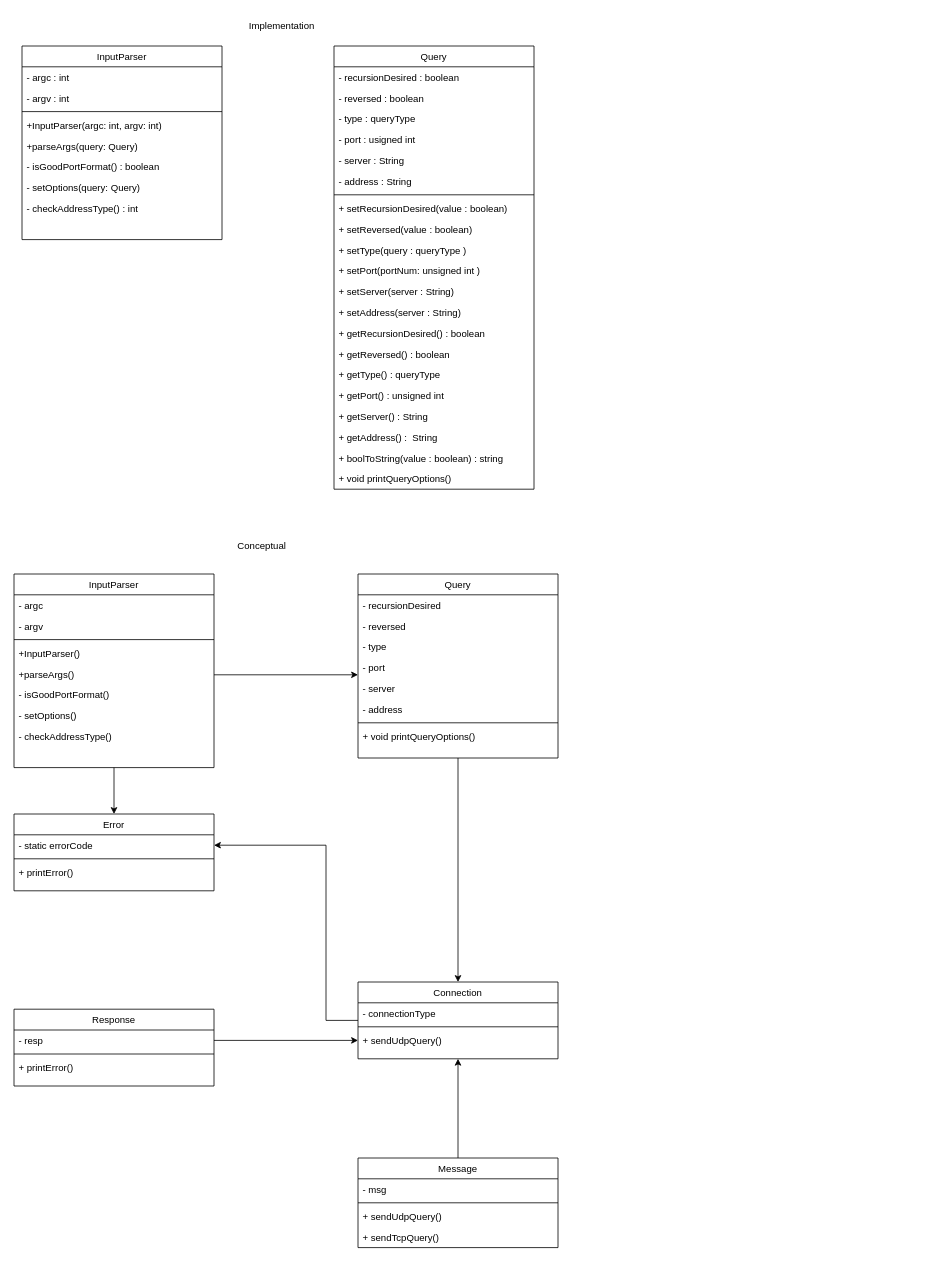
This is doc/DNS_resolver.drawio from andrewp-dot/DNS-resolver, a draw.io file, before an edit. Source tidied: cells renumbered, new cells numbered last; positions are measured from the earlier drawing's top-left corner, leaving out a move shared by most shapes. Both pictures are drawn from the tidied source at 80%, with x=0, y=0 at pixel (14, 14).
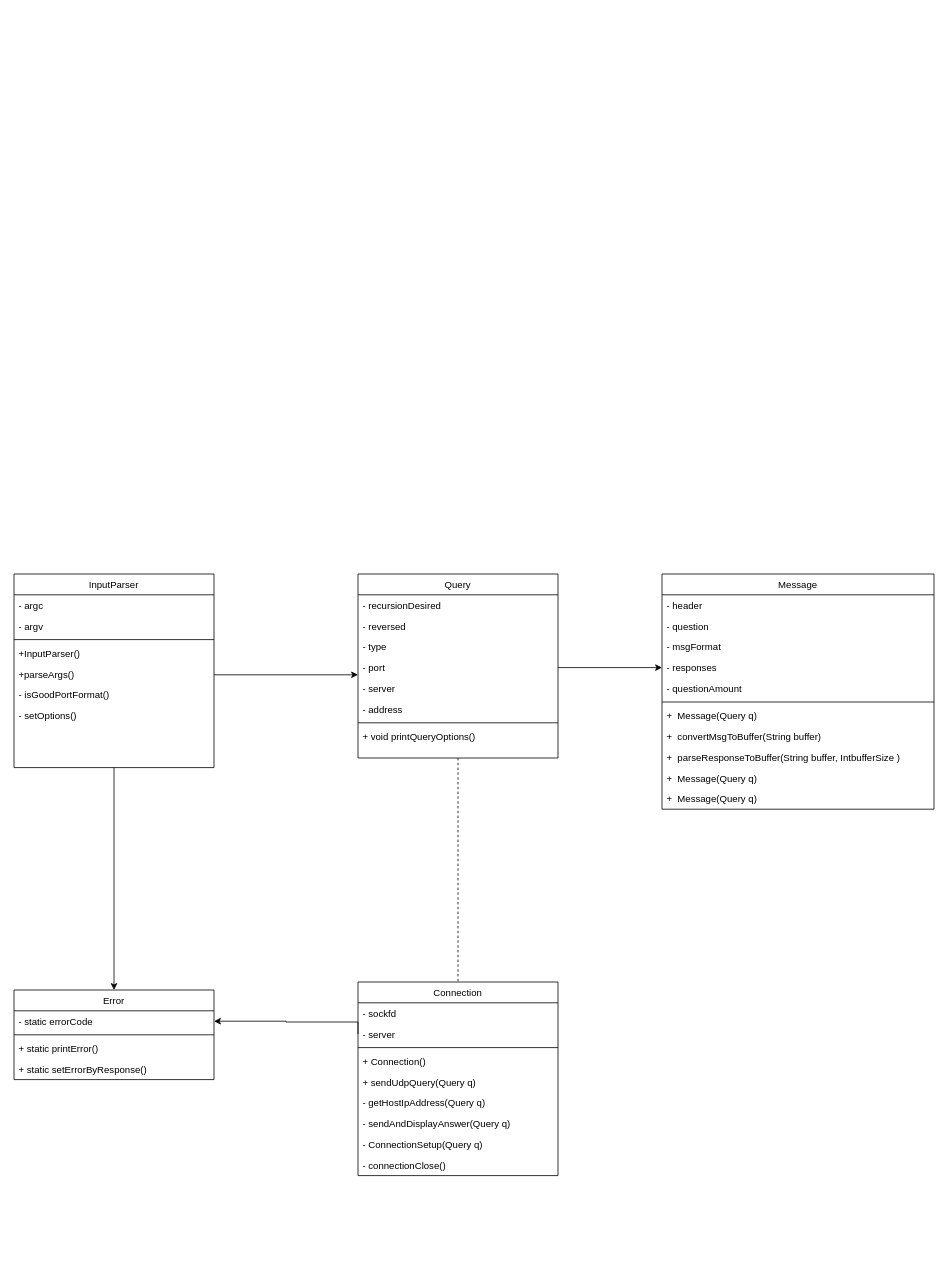
Above is the later version.

The change refers to these unchanged cells:
```xml
<mxCell id="34" value="- static errorCode" style="text;align=left;verticalAlign=top;spacingLeft=4;spacingRight=4;overflow=hidden;points=[[0,0.5],[1,0.5]];portConstraint=eastwest;" parent="33" vertex="1">
  <mxGeometry y="26" width="250" height="26" as="geometry" />
</mxCell>
<mxCell id="38" value="Query" style="swimlane;fontStyle=0;align=center;verticalAlign=top;horizontal=1;startSize=26;rounded=0;shadow=0;strokeWidth=1;" parent="1" vertex="1">
  <mxGeometry x="430" y="700" width="250" height="230" as="geometry" />
</mxCell>
<mxCell id="42" value="- port " style="text;align=left;verticalAlign=top;spacingLeft=4;spacingRight=4;overflow=hidden;points=[[0,0.5],[1,0.5]];portConstraint=eastwest;" parent="38" vertex="1">
  <mxGeometry y="104" width="250" height="26" as="geometry" />
</mxCell>
<mxCell id="50" value="InputParser" style="swimlane;fontStyle=0;align=center;verticalAlign=top;horizontal=1;startSize=26;rounded=0;shadow=0;strokeWidth=1;" parent="1" vertex="1">
  <mxGeometry y="700" width="250" height="242" as="geometry" />
</mxCell>
```

What changed in the source:
```diff
@@
-    <mxCell id="2" value="InputParser" style="swimlane;fontStyle=0;align=center;verticalAlign=top;horizontal=1;startSize=26;rounded=0;shadow=0;strokeWidth=1;" parent="1" vertex="1">
-      <mxGeometry x="10" y="40" width="250" height="242" as="geometry" />
-    </mxCell>
-    <mxCell id="3" value="- argc : int" style="text;align=left;verticalAlign=top;spacingLeft=4;spacingRight=4;overflow=hidden;" parent="2" vertex="1">
-      <mxGeometry y="26" width="250" height="26" as="geometry" />
-    </mxCell>
-    <mxCell id="4" value="- argv : int" style="text;align=left;verticalAlign=top;spacingLeft=4;spacingRight=4;overflow=hidden;rounded=0;shadow=0;html=0;" parent="2" vertex="1">
-      <mxGeometry y="52" width="250" height="26" as="geometry" />
-    </mxCell>
-    <mxCell id="5" style="line;html=1;strokeWidth=1;align=left;verticalAlign=middle;spacingTop=-1;spacingLeft=3;spacingRight=3;labelPosition=right;" parent="2" vertex="1">
-      <mxGeometry y="78" width="250" height="8" as="geometry" />
-    </mxCell>
-    <mxCell id="6" value="+InputParser(argc: int, argv: int)" style="text;align=left;verticalAlign=top;spacingLeft=4;spacingRight=4;overflow=hidden;" parent="2" vertex="1">
-      <mxGeometry y="86" width="250" height="26" as="geometry" />
-    </mxCell>
-    <mxCell id="7" value="+parseArgs(query: Query) " style="text;align=left;verticalAlign=top;spacingLeft=4;spacingRight=4;overflow=hidden;" parent="2" vertex="1">
-      <mxGeometry y="112" width="250" height="26" as="geometry" />
-    </mxCell>
-    <mxCell id="8" value="- isGoodPortFormat() : boolean" style="text;align=left;verticalAlign=top;spacingLeft=4;spacingRight=4;overflow=hidden;" parent="2" vertex="1">
-      <mxGeometry y="138" width="250" height="26" as="geometry" />
-    </mxCell>
-    <mxCell id="9" value="- setOptions(query: Query)" style="text;align=left;verticalAlign=top;spacingLeft=4;spacingRight=4;overflow=hidden;" parent="2" vertex="1">
-      <mxGeometry y="164" width="250" height="26" as="geometry" />
-    </mxCell>
-    <mxCell id="10" value="- checkAddressType() : int" style="text;align=left;verticalAlign=top;spacingLeft=4;spacingRight=4;overflow=hidden;" parent="2" vertex="1">
-      <mxGeometry y="190" width="250" height="26" as="geometry" />
-    </mxCell>
-    <mxCell id="11" value="Query" style="swimlane;fontStyle=0;align=center;verticalAlign=top;horizontal=1;startSize=26;rounded=0;shadow=0;strokeWidth=1;" parent="1" vertex="1">
-      <mxGeometry x="400" y="40" width="250" height="554" as="geometry" />
-    </mxCell>
-    <mxCell id="12" value="- recursionDesired : boolean&#10;" style="text;align=left;verticalAlign=top;spacingLeft=4;spacingRight=4;overflow=hidden;" parent="11" vertex="1">
-      <mxGeometry y="26" width="250" height="26" as="geometry" />
-    </mxCell>
-    <mxCell id="13" value="- reversed : boolean" style="text;align=left;verticalAlign=top;spacingLeft=4;spacingRight=4;overflow=hidden;" parent="11" vertex="1">
-      <mxGeometry y="52" width="250" height="26" as="geometry" />
-    </mxCell>
-    <mxCell id="14" value="- type : queryType" style="text;align=left;verticalAlign=top;spacingLeft=4;spacingRight=4;overflow=hidden;" parent="11" vertex="1">
-      <mxGeometry y="78" width="250" height="26" as="geometry" />
-    </mxCell>
-    <mxCell id="15" value="- port : usigned int&#10;" style="text;align=left;verticalAlign=top;spacingLeft=4;spacingRight=4;overflow=hidden;" parent="11" vertex="1">
-      <mxGeometry y="104" width="250" height="26" as="geometry" />
-    </mxCell>
-    <mxCell id="16" value="- server : String" style="text;align=left;verticalAlign=top;spacingLeft=4;spacingRight=4;overflow=hidden;" parent="11" vertex="1">
-      <mxGeometry y="130" width="250" height="26" as="geometry" />
-    </mxCell>
-    <mxCell id="17" value="- address : String" style="text;align=left;verticalAlign=top;spacingLeft=4;spacingRight=4;overflow=hidden;rounded=0;shadow=0;html=0;" parent="11" vertex="1">
-      <mxGeometry y="156" width="250" height="26" as="geometry" />
-    </mxCell>
-    <mxCell id="18" style="line;html=1;strokeWidth=1;align=left;verticalAlign=middle;spacingTop=-1;spacingLeft=3;spacingRight=3;labelPosition=right;" parent="11" vertex="1">
-      <mxGeometry y="182" width="250" height="8" as="geometry" />
-    </mxCell>
-    <mxCell id="19" value="+ setRecursionDesired(value : boolean)" style="text;align=left;verticalAlign=top;spacingLeft=4;spacingRight=4;overflow=hidden;" parent="11" vertex="1">
-      <mxGeometry y="190" width="250" height="26" as="geometry" />
-    </mxCell>
-    <mxCell id="20" value="+ setReversed(value : boolean)" style="text;align=left;verticalAlign=top;spacingLeft=4;spacingRight=4;overflow=hidden;" parent="11" vertex="1">
-      <mxGeometry y="216" width="250" height="26" as="geometry" />
-    </mxCell>
-    <mxCell id="21" value="+ setType(query : queryType )" style="text;align=left;verticalAlign=top;spacingLeft=4;spacingRight=4;overflow=hidden;" parent="11" vertex="1">
-      <mxGeometry y="242" width="250" height="26" as="geometry" />
-    </mxCell>
-    <mxCell id="22" value="+ setPort(portNum: unsigned int )" style="text;align=left;verticalAlign=top;spacingLeft=4;spacingRight=4;overflow=hidden;" parent="11" vertex="1">
-      <mxGeometry y="268" width="250" height="26" as="geometry" />
-    </mxCell>
-    <mxCell id="23" value="+ setServer(server : String)" style="text;align=left;verticalAlign=top;spacingLeft=4;spacingRight=4;overflow=hidden;" parent="11" vertex="1">
-      <mxGeometry y="294" width="250" height="26" as="geometry" />
-    </mxCell>
-    <mxCell id="24" value="+ setAddress(server : String)" style="text;align=left;verticalAlign=top;spacingLeft=4;spacingRight=4;overflow=hidden;" parent="11" vertex="1">
-      <mxGeometry y="320" width="250" height="26" as="geometry" />
-    </mxCell>
-    <mxCell id="25" value="+ getRecursionDesired() : boolean" style="text;align=left;verticalAlign=top;spacingLeft=4;spacingRight=4;overflow=hidden;" parent="11" vertex="1">
-      <mxGeometry y="346" width="250" height="26" as="geometry" />
-    </mxCell>
-    <mxCell id="26" value="+ getReversed() : boolean" style="text;align=left;verticalAlign=top;spacingLeft=4;spacingRight=4;overflow=hidden;" parent="11" vertex="1">
-      <mxGeometry y="372" width="250" height="26" as="geometry" />
-    </mxCell>
-    <mxCell id="27" value="+ getType() : queryType" style="text;align=left;verticalAlign=top;spacingLeft=4;spacingRight=4;overflow=hidden;" parent="11" vertex="1">
-      <mxGeometry y="398" width="250" height="26" as="geometry" />
-    </mxCell>
-    <mxCell id="28" value="+ getPort() : unsigned int" style="text;align=left;verticalAlign=top;spacingLeft=4;spacingRight=4;overflow=hidden;" parent="11" vertex="1">
-      <mxGeometry y="424" width="250" height="26" as="geometry" />
-    </mxCell>
-    <mxCell id="29" value="+ getServer() : String" style="text;align=left;verticalAlign=top;spacingLeft=4;spacingRight=4;overflow=hidden;" parent="11" vertex="1">
-      <mxGeometry y="450" width="250" height="26" as="geometry" />
-    </mxCell>
-    <mxCell id="30" value="+ getAddress() :  String" style="text;align=left;verticalAlign=top;spacingLeft=4;spacingRight=4;overflow=hidden;" parent="11" vertex="1">
-      <mxGeometry y="476" width="250" height="26" as="geometry" />
-    </mxCell>
-    <mxCell id="31" value="+ boolToString(value : boolean) : string" style="text;align=left;verticalAlign=top;spacingLeft=4;spacingRight=4;overflow=hidden;" parent="11" vertex="1">
-      <mxGeometry y="502" width="250" height="26" as="geometry" />
-    </mxCell>
-    <mxCell id="32" value="+ void printQueryOptions()" style="text;align=left;verticalAlign=top;spacingLeft=4;spacingRight=4;overflow=hidden;" parent="11" vertex="1">
-      <mxGeometry y="528" width="250" height="26" as="geometry" />
-    </mxCell>
     <mxCell id="33" value="Error" style="swimlane;fontStyle=0;align=center;verticalAlign=top;horizontal=1;startSize=26;rounded=0;shadow=0;strokeWidth=1;" parent="1" vertex="1">
-      <mxGeometry y="1000" width="250" height="96" as="geometry" />
+      <mxGeometry y="1220" width="250" height="112" as="geometry" />
     </mxCell>
@@
-    <mxCell id="36" value="+ printError()" style="text;align=left;verticalAlign=top;spacingLeft=4;spacingRight=4;overflow=hidden;" parent="33" vertex="1">
+    <mxCell id="36" value="+ static printError()" style="text;align=left;verticalAlign=top;spacingLeft=4;spacingRight=4;overflow=hidden;" parent="33" vertex="1">
       <mxGeometry y="60" width="250" height="26" as="geometry" />
     </mxCell>
+    <mxCell id="76" value="+ static setErrorByResponse()" style="text;align=left;verticalAlign=top;spacingLeft=4;spacingRight=4;overflow=hidden;" parent="33" vertex="1">
+      <mxGeometry y="86" width="250" height="26" as="geometry" />
+    </mxCell>
-    <mxCell id="37" style="edgeStyle=orthogonalEdgeStyle;rounded=0;jettySize=auto;html=1;entryX=0.5;entryY=0;entryDx=0;entryDy=0;" parent="1" edge="1" source="38" target="60">
+    <mxCell id="37" style="edgeStyle=orthogonalEdgeStyle;rounded=0;jettySize=auto;html=1;entryX=0.5;entryY=0;entryDx=0;entryDy=0;endArrow=none;endFill=0;dashed=1;" parent="1" edge="1" source="38" target="60">
       <mxGeometry relative="1" as="geometry" />
     </mxCell>
@@
-    <mxCell id="47" value="Implementation" style="text;html=1;strokeColor=none;fillColor=none;align=center;verticalAlign=middle;whiteSpace=wrap;rounded=0;" parent="1" vertex="1">
-      <mxGeometry x="260" width="150" height="30" as="geometry" />
-    </mxCell>
-    <mxCell id="48" value="Conceptual" style="text;html=1;strokeColor=none;fillColor=none;align=center;verticalAlign=middle;whiteSpace=wrap;rounded=0;" parent="1" vertex="1">
-      <mxGeometry x="280" y="650" width="60" height="30" as="geometry" />
-    </mxCell>
@@
-    <mxCell id="58" value="- checkAddressType() " style="text;align=left;verticalAlign=top;spacingLeft=4;spacingRight=4;overflow=hidden;" parent="50" vertex="1">
-      <mxGeometry y="190" width="250" height="26" as="geometry" />
-    </mxCell>
-    <mxCell id="59" style="edgeStyle=orthogonalEdgeStyle;rounded=0;jettySize=auto;html=1;entryX=1;entryY=0.5;entryDx=0;entryDy=0;" parent="1" edge="1" source="60" target="34">
-      <mxGeometry relative="1" as="geometry">
-        <Array as="points">
-          <mxPoint x="390" y="1258" />
-          <mxPoint x="390" y="1039" />
-        </Array>
-      </mxGeometry>
-    </mxCell>
     <mxCell id="60" value="Connection" style="swimlane;fontStyle=0;align=center;verticalAlign=top;horizontal=1;startSize=26;rounded=0;shadow=0;strokeWidth=1;" parent="1" vertex="1">
-      <mxGeometry x="430" y="1210" width="250" height="96" as="geometry" />
+      <mxGeometry x="430" y="1210" width="250" height="242" as="geometry" />
     </mxCell>
-    <mxCell id="61" value="- connectionType" style="text;align=left;verticalAlign=top;spacingLeft=4;spacingRight=4;overflow=hidden;" parent="60" vertex="1">
+    <mxCell id="61" value="- sockfd" style="text;align=left;verticalAlign=top;spacingLeft=4;spacingRight=4;overflow=hidden;" parent="60" vertex="1">
       <mxGeometry y="26" width="250" height="26" as="geometry" />
     </mxCell>
+    <mxCell id="77" value="- server" style="text;align=left;verticalAlign=top;spacingLeft=4;spacingRight=4;overflow=hidden;points=[[0,0.5],[1,0.5]];portConstraint=eastwest;" parent="60" vertex="1">
+      <mxGeometry y="52" width="250" height="26" as="geometry" />
+    </mxCell>
     <mxCell id="62" style="line;html=1;strokeWidth=1;align=left;verticalAlign=middle;spacingTop=-1;spacingLeft=3;spacingRight=3;labelPosition=right;" parent="60" vertex="1">
-      <mxGeometry y="52" width="250" height="8" as="geometry" />
+      <mxGeometry y="78" width="250" height="8" as="geometry" />
     </mxCell>
-    <mxCell id="63" value="+ sendUdpQuery()" style="text;align=left;verticalAlign=top;spacingLeft=4;spacingRight=4;overflow=hidden;points=[[0,0.5],[1,0.5]];portConstraint=eastwest;" parent="60" vertex="1">
-      <mxGeometry y="60" width="250" height="26" as="geometry" />
+    <mxCell id="63" value="+ Connection()" style="text;align=left;verticalAlign=top;spacingLeft=4;spacingRight=4;overflow=hidden;points=[[0,0.5],[1,0.5]];portConstraint=eastwest;" parent="60" vertex="1">
+      <mxGeometry y="86" width="250" height="26" as="geometry" />
     </mxCell>
+    <mxCell id="78" value="+ sendUdpQuery(Query q)" style="text;align=left;verticalAlign=top;spacingLeft=4;spacingRight=4;overflow=hidden;" parent="60" vertex="1">
+      <mxGeometry y="112" width="250" height="26" as="geometry" />
+    </mxCell>
+    <mxCell id="79" value="- getHostIpAddress(Query q)" style="text;align=left;verticalAlign=top;spacingLeft=4;spacingRight=4;overflow=hidden;" parent="60" vertex="1">
+      <mxGeometry y="138" width="250" height="26" as="geometry" />
+    </mxCell>
+    <mxCell id="80" value="- sendAndDisplayAnswer(Query q)" style="text;align=left;verticalAlign=top;spacingLeft=4;spacingRight=4;overflow=hidden;" parent="60" vertex="1">
+      <mxGeometry y="164" width="250" height="26" as="geometry" />
+    </mxCell>
+    <mxCell id="81" value="- ConnectionSetup(Query q)" style="text;align=left;verticalAlign=top;spacingLeft=4;spacingRight=4;overflow=hidden;" parent="60" vertex="1">
+      <mxGeometry y="190" width="250" height="26" as="geometry" />
+    </mxCell>
+    <mxCell id="82" value="- connectionClose()" style="text;align=left;verticalAlign=top;spacingLeft=4;spacingRight=4;overflow=hidden;" parent="60" vertex="1">
+      <mxGeometry y="216" width="250" height="26" as="geometry" />
+    </mxCell>
@@
-    <mxCell id="65" style="edgeStyle=orthogonalEdgeStyle;rounded=0;jettySize=auto;html=1;entryX=0.5;entryY=1;entryDx=0;entryDy=0;" parent="1" edge="1" source="66" target="60">
-      <mxGeometry relative="1" as="geometry" />
-    </mxCell>
     <mxCell id="66" value="Message" style="swimlane;fontStyle=0;align=center;verticalAlign=top;horizontal=1;startSize=26;rounded=0;shadow=0;strokeWidth=1;" parent="1" vertex="1">
-      <mxGeometry x="430" y="1430" width="250" height="112" as="geometry" />
+      <mxGeometry x="810" y="700" width="340" height="294" as="geometry" />
     </mxCell>
-    <mxCell id="67" value="- msg" style="text;align=left;verticalAlign=top;spacingLeft=4;spacingRight=4;overflow=hidden;" parent="66" vertex="1">
-      <mxGeometry y="26" width="250" height="26" as="geometry" />
+    <mxCell id="67" value="- header" style="text;align=left;verticalAlign=top;spacingLeft=4;spacingRight=4;overflow=hidden;" parent="66" vertex="1">
+      <mxGeometry y="26" width="340" height="26" as="geometry" />
     </mxCell>
+    <mxCell id="83" value="- question" style="text;align=left;verticalAlign=top;spacingLeft=4;spacingRight=4;overflow=hidden;" parent="66" vertex="1">
+      <mxGeometry y="52" width="340" height="26" as="geometry" />
+    </mxCell>
+    <mxCell id="84" value="- msgFormat" style="text;align=left;verticalAlign=top;spacingLeft=4;spacingRight=4;overflow=hidden;" parent="66" vertex="1">
+      <mxGeometry y="78" width="340" height="26" as="geometry" />
+    </mxCell>
+    <mxCell id="85" value="- responses" style="text;align=left;verticalAlign=top;spacingLeft=4;spacingRight=4;overflow=hidden;points=[[0,0.5],[1,0.5]];portConstraint=eastwest;" parent="66" vertex="1">
+      <mxGeometry y="104" width="340" height="26" as="geometry" />
+    </mxCell>
+    <mxCell id="86" value="- questionAmount" style="text;align=left;verticalAlign=top;spacingLeft=4;spacingRight=4;overflow=hidden;" parent="66" vertex="1">
+      <mxGeometry y="130" width="340" height="26" as="geometry" />
+    </mxCell>
     <mxCell id="68" style="line;html=1;strokeWidth=1;align=left;verticalAlign=middle;spacingTop=-1;spacingLeft=3;spacingRight=3;labelPosition=right;" parent="66" vertex="1">
-      <mxGeometry y="52" width="250" height="8" as="geometry" />
+      <mxGeometry y="156" width="340" height="8" as="geometry" />
     </mxCell>
-    <mxCell id="69" value="+ sendUdpQuery()" style="text;align=left;verticalAlign=top;spacingLeft=4;spacingRight=4;overflow=hidden;" parent="66" vertex="1">
-      <mxGeometry y="60" width="250" height="26" as="geometry" />
+    <mxCell id="69" value="+  Message(Query q)" style="text;align=left;verticalAlign=top;spacingLeft=4;spacingRight=4;overflow=hidden;" parent="66" vertex="1">
+      <mxGeometry y="164" width="340" height="26" as="geometry" />
     </mxCell>
-    <mxCell id="70" value="+ sendTcpQuery()" style="text;align=left;verticalAlign=top;spacingLeft=4;spacingRight=4;overflow=hidden;" parent="66" vertex="1">
-      <mxGeometry y="86" width="250" height="26" as="geometry" />
-    </mxCell>
-    <mxCell id="71" value="Response" style="swimlane;fontStyle=0;align=center;verticalAlign=top;horizontal=1;startSize=26;rounded=0;shadow=0;strokeWidth=1;" parent="1" vertex="1">
-      <mxGeometry y="1244" width="250" height="96" as="geometry" />
-    </mxCell>
-    <mxCell id="72" value="- resp" style="text;align=left;verticalAlign=top;spacingLeft=4;spacingRight=4;overflow=hidden;points=[[0,0.5],[1,0.5]];portConstraint=eastwest;" parent="71" vertex="1">
-      <mxGeometry y="26" width="250" height="26" as="geometry" />
-    </mxCell>
-    <mxCell id="73" style="line;html=1;strokeWidth=1;align=left;verticalAlign=middle;spacingTop=-1;spacingLeft=3;spacingRight=3;labelPosition=right;" parent="71" vertex="1">
-      <mxGeometry y="52" width="250" height="8" as="geometry" />
-    </mxCell>
-    <mxCell id="74" value="+ printError()" style="text;align=left;verticalAlign=top;spacingLeft=4;spacingRight=4;overflow=hidden;" parent="71" vertex="1">
-      <mxGeometry y="60" width="250" height="26" as="geometry" />
-    </mxCell>
-    <mxCell id="75" style="edgeStyle=orthogonalEdgeStyle;rounded=0;jettySize=auto;html=1;entryX=0;entryY=0.5;entryDx=0;entryDy=0;" parent="1" edge="1" source="72" target="63">
-      <mxGeometry relative="1" as="geometry" />
-    </mxCell>
+    <mxCell id="87" value="+  convertMsgToBuffer(String buffer)" style="text;align=left;verticalAlign=top;spacingLeft=4;spacingRight=4;overflow=hidden;" parent="66" vertex="1">
+      <mxGeometry y="190" width="340" height="26" as="geometry" />
+    </mxCell>
+    <mxCell id="88" value="+  parseResponseToBuffer(String buffer, IntbufferSize )" style="text;align=left;verticalAlign=top;spacingLeft=4;spacingRight=4;overflow=hidden;whiteSpace=wrap;" parent="66" vertex="1">
+      <mxGeometry y="216" width="340" height="26" as="geometry" />
+    </mxCell>
+    <mxCell id="89" value="+  Message(Query q)" style="text;align=left;verticalAlign=top;spacingLeft=4;spacingRight=4;overflow=hidden;" parent="66" vertex="1">
+      <mxGeometry y="242" width="340" height="26" as="geometry" />
+    </mxCell>
+    <mxCell id="90" value="+  Message(Query q)" style="text;align=left;verticalAlign=top;spacingLeft=4;spacingRight=4;overflow=hidden;" parent="66" vertex="1">
+      <mxGeometry y="268" width="340" height="26" as="geometry" />
+    </mxCell>
+    <mxCell id="91" style="edgeStyle=orthogonalEdgeStyle;rounded=0;jettySize=auto;html=1;exitX=0;exitY=0.5;exitDx=0;exitDy=0;entryX=1;entryY=0.5;entryDx=0;entryDy=0;" parent="1" edge="1" source="77" target="34">
+      <mxGeometry relative="1" as="geometry">
+        <Array as="points">
+          <mxPoint x="430" y="1260" />
+          <mxPoint x="340" y="1260" />
+        </Array>
+      </mxGeometry>
+    </mxCell>
+    <mxCell id="92" style="edgeStyle=orthogonalEdgeStyle;rounded=0;jettySize=auto;html=1;exitX=1;exitY=0.5;exitDx=0;exitDy=0;entryX=0;entryY=0.5;entryDx=0;entryDy=0;" parent="1" edge="1" source="42" target="85">
+      <mxGeometry relative="1" as="geometry" />
+    </mxCell>
```
